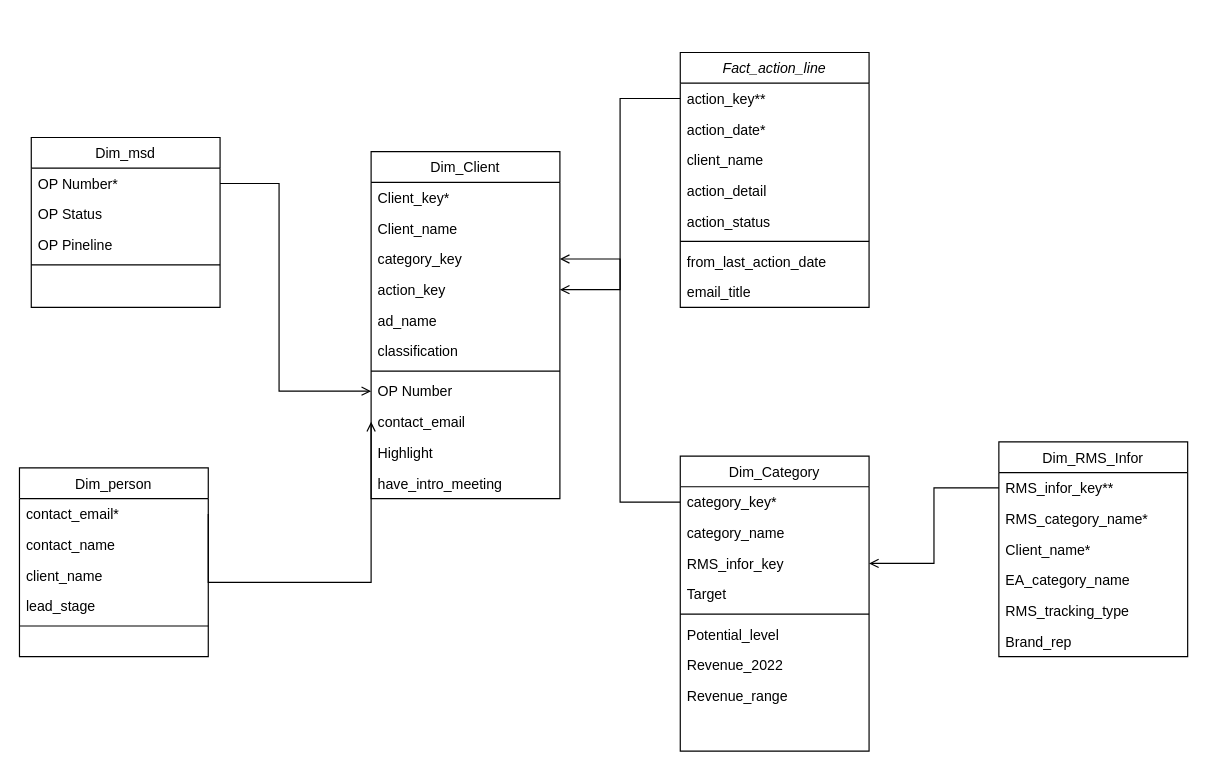
Earlier version of the draw.io diagram CRM NIQ.drawio (DucTran3110/data_warehouse_course). Source tidied: cells renumbered, new cells numbered last; positions are measured from the earlier drawing's top-left corner, leaving out a move shared by most shapes. Both pictures are drawn from the tidied source at 118%, with x=0, y=0 at pixel (19, 52).
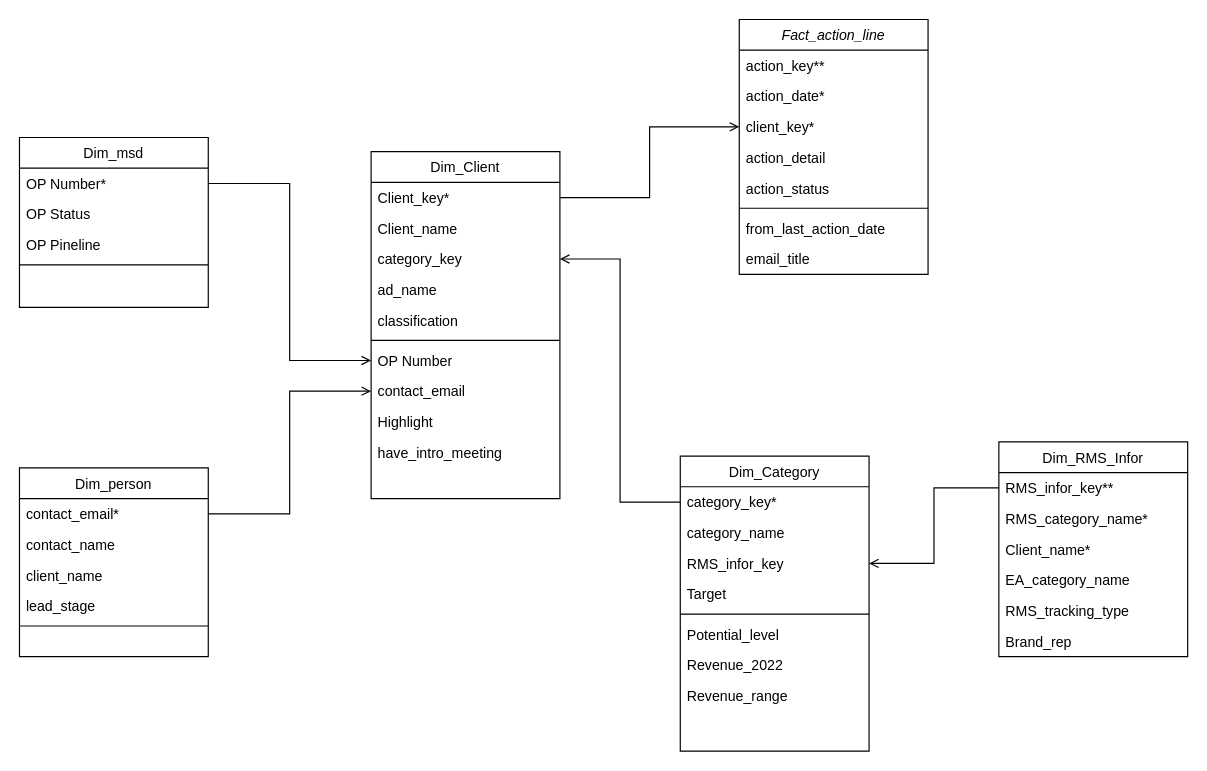
Above is the later version.

The change refers to these unchanged cells:
```xml
<mxCell id="3" value="action_key**" style="text;align=left;verticalAlign=top;spacingLeft=4;spacingRight=4;overflow=hidden;points=[[0,0.5],[1,0.5]];portConstraint=eastwest;" parent="2" vertex="1">
  <mxGeometry y="26" width="160" height="26" as="geometry" />
</mxCell>
<mxCell id="11" value="Dim_Client" style="swimlane;fontStyle=0;align=center;verticalAlign=top;horizontal=1;startSize=26;rounded=0;shadow=0;strokeWidth=1;" parent="1" vertex="1">
  <mxGeometry x="298" y="84" width="160" height="294" as="geometry" />
</mxCell>
<mxCell id="12" value="Client_key*" style="text;align=left;verticalAlign=top;spacingLeft=4;spacingRight=4;overflow=hidden;points=[[0,0.5],[1,0.5]];portConstraint=eastwest;" parent="11" vertex="1">
  <mxGeometry y="26" width="160" height="26" as="geometry" />
</mxCell>
<mxCell id="33" value="contact_email*" style="text;align=left;verticalAlign=top;spacingLeft=4;spacingRight=4;overflow=hidden;points=[[0,0.5],[1,0.5]];portConstraint=eastwest;rounded=0;shadow=0;html=0;" parent="32" vertex="1">
  <mxGeometry y="26" width="160" height="26" as="geometry" />
</mxCell>
<mxCell id="39" value="OP Number*" style="text;align=left;verticalAlign=top;spacingLeft=4;spacingRight=4;overflow=hidden;points=[[0,0.5],[1,0.5]];portConstraint=eastwest;" parent="38" vertex="1">
  <mxGeometry y="26" width="160" height="26" as="geometry" />
</mxCell>
```

Diff of the diagram source:
```diff
@@
     <mxCell id="2" value="Fact_action_line" style="swimlane;fontStyle=2;align=center;verticalAlign=top;horizontal=1;startSize=26;rounded=0;shadow=0;strokeWidth=1;" parent="1" vertex="1">
-      <mxGeometry x="560" width="160" height="216" as="geometry" />
+      <mxGeometry x="610" y="-28" width="160" height="216" as="geometry" />
     </mxCell>
@@
-    <mxCell id="5" value="client_name" style="text;align=left;verticalAlign=top;spacingLeft=4;spacingRight=4;overflow=hidden;points=[[0,0.5],[1,0.5]];portConstraint=eastwest;rounded=0;shadow=0;html=0;" parent="2" vertex="1">
+    <mxCell id="5" value="client_key*" style="text;align=left;verticalAlign=top;spacingLeft=4;spacingRight=4;overflow=hidden;points=[[0,0.5],[1,0.5]];portConstraint=eastwest;rounded=0;shadow=0;html=0;" parent="2" vertex="1">
       <mxGeometry y="78" width="160" height="26" as="geometry" />
     </mxCell>
@@
-    <mxCell id="15" value="action_key" style="text;align=left;verticalAlign=top;spacingLeft=4;spacingRight=4;overflow=hidden;points=[[0,0.5],[1,0.5]];portConstraint=eastwest;" parent="11" vertex="1">
-      <mxGeometry y="104" width="160" height="26" as="geometry" />
-    </mxCell>
     <mxCell id="16" value="ad_name" style="text;align=left;verticalAlign=top;spacingLeft=4;spacingRight=4;overflow=hidden;rounded=0;shadow=0;html=0;" parent="11" vertex="1">
-      <mxGeometry y="130" width="160" height="26" as="geometry" />
+      <mxGeometry y="104" width="160" height="26" as="geometry" />
     </mxCell>
     <mxCell id="17" value="classification" style="text;align=left;verticalAlign=top;spacingLeft=4;spacingRight=4;overflow=hidden;rounded=0;shadow=0;html=0;" parent="11" vertex="1">
-      <mxGeometry y="156" width="160" height="26" as="geometry" />
+      <mxGeometry y="130" width="160" height="26" as="geometry" />
     </mxCell>
     <mxCell id="18" style="line;html=1;strokeWidth=1;align=left;verticalAlign=middle;spacingTop=-1;spacingLeft=3;spacingRight=3;labelPosition=right;" parent="11" vertex="1">
-      <mxGeometry y="182" width="160" height="8" as="geometry" />
+      <mxGeometry y="156" width="160" height="8" as="geometry" />
     </mxCell>
     <mxCell id="19" value="OP Number" style="text;align=left;verticalAlign=top;spacingLeft=4;spacingRight=4;overflow=hidden;points=[[0,0.5],[1,0.5]];portConstraint=eastwest;rounded=0;shadow=0;html=0;" parent="11" vertex="1">
-      <mxGeometry y="190" width="160" height="26" as="geometry" />
+      <mxGeometry y="164" width="160" height="26" as="geometry" />
     </mxCell>
     <mxCell id="20" value="contact_email" style="text;align=left;verticalAlign=top;spacingLeft=4;spacingRight=4;overflow=hidden;points=[[0,0.5],[1,0.5]];portConstraint=eastwest;rounded=0;shadow=0;html=0;" parent="11" vertex="1">
-      <mxGeometry y="216" width="160" height="26" as="geometry" />
+      <mxGeometry y="190" width="160" height="26" as="geometry" />
     </mxCell>
     <mxCell id="21" value="Highlight" style="text;align=left;verticalAlign=top;spacingLeft=4;spacingRight=4;overflow=hidden;rounded=0;shadow=0;html=0;" parent="11" vertex="1">
-      <mxGeometry y="242" width="160" height="26" as="geometry" />
+      <mxGeometry y="216" width="160" height="26" as="geometry" />
     </mxCell>
     <mxCell id="22" value="have_intro_meeting" style="text;align=left;verticalAlign=top;spacingLeft=4;spacingRight=4;overflow=hidden;" parent="11" vertex="1">
-      <mxGeometry y="268" width="160" height="26" as="geometry" />
+      <mxGeometry y="242" width="160" height="26" as="geometry" />
     </mxCell>
@@
     <mxCell id="38" value="Dim_msd" style="swimlane;fontStyle=0;align=center;verticalAlign=top;horizontal=1;startSize=26;rounded=0;shadow=0;strokeWidth=1;" parent="1" vertex="1">
-      <mxGeometry x="10" y="72" width="160" height="144" as="geometry" />
+      <mxGeometry y="72" width="160" height="144" as="geometry" />
     </mxCell>
@@
     <mxCell id="51" style="endArrow=open;shadow=0;strokeWidth=1;rounded=0;endFill=1;edgeStyle=elbowEdgeStyle;entryX=0;entryY=0.5;entryDx=0;entryDy=0;exitX=1;exitY=0.5;exitDx=0;exitDy=0;" parent="1" edge="1" source="39" target="19">
       <mxGeometry x="0.5" y="41" relative="1" as="geometry">
-        <Array as="points">
-          <mxPoint x="220" y="212" />
-          <mxPoint x="170" y="142" />
-        </Array>
         <mxPoint x="-40" y="32" as="offset" />
       </mxGeometry>
     </mxCell>
     <mxCell id="52" style="endArrow=open;shadow=0;strokeWidth=1;rounded=0;endFill=1;edgeStyle=elbowEdgeStyle;exitX=1;exitY=0.5;exitDx=0;exitDy=0;entryX=0;entryY=0.5;entryDx=0;entryDy=0;" parent="1" edge="1" source="33" target="20">
       <mxGeometry x="0.5" y="41" relative="1" as="geometry">
-        <Array as="points">
-          <mxPoint x="230" y="449" />
-          <mxPoint x="180" y="152" />
-        </Array>
         <mxPoint x="-40" y="32" as="offset" />
       </mxGeometry>
     </mxCell>
-    <mxCell id="53" style="endArrow=open;shadow=0;strokeWidth=1;rounded=0;endFill=1;edgeStyle=elbowEdgeStyle;entryX=1;entryY=0.5;entryDx=0;entryDy=0;exitX=0;exitY=0.5;exitDx=0;exitDy=0;" parent="1" edge="1" source="3" target="15">
-      <mxGeometry x="0.5" y="41" relative="1" as="geometry">
-        <mxPoint x="-40" y="32" as="offset" />
-      </mxGeometry>
-    </mxCell>
@@
+    <mxCell id="55" style="endArrow=open;shadow=0;strokeWidth=1;rounded=0;endFill=1;edgeStyle=elbowEdgeStyle;entryX=0;entryY=0.5;entryDx=0;entryDy=0;exitX=1;exitY=0.5;exitDx=0;exitDy=0;" parent="1" edge="1" source="12" target="5">
+      <mxGeometry x="0.5" y="41" relative="1" as="geometry">
+        <mxPoint x="-40" y="32" as="offset" />
+      </mxGeometry>
+    </mxCell>
```
